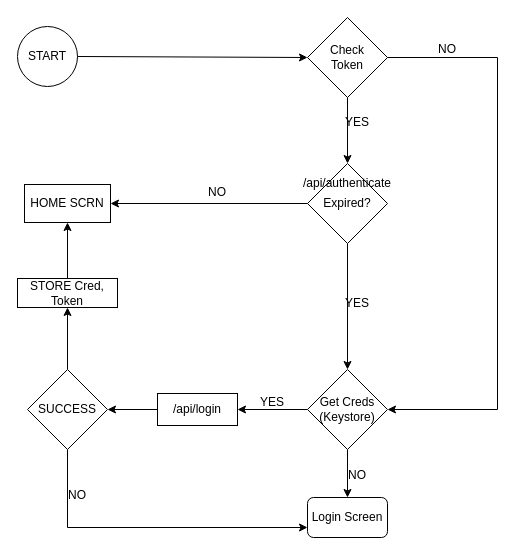
nayan112/Diagrams keeps this draw.io diagram as Untitled Diagram.drawio. Above is the earlier version. Source tidied: cells renumbered, new cells numbered last; positions are measured from the earlier drawing's top-left corner, leaving out a move shared by most shapes. Both pictures are drawn from the tidied source at 100%, with x=0, y=0 at pixel (17, 17).
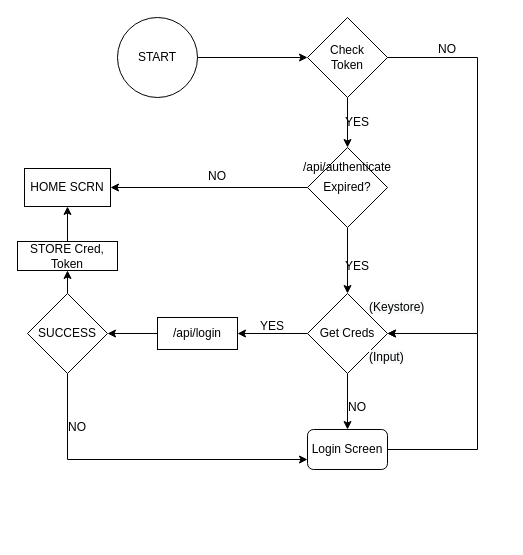
The same diagram, later.

The change refers to these unchanged cells:
```xml
<mxCell id="5" value="Check &lt;br&gt;Token" style="rhombus;whiteSpace=wrap;html=1;" parent="1" vertex="1">
  <mxGeometry x="290" width="80" height="80" as="geometry" />
</mxCell>
```

What changed in the source:
```diff
@@
     <mxCell id="2" value="START" style="ellipse;whiteSpace=wrap;html=1;" parent="1" vertex="1">
-      <mxGeometry y="9" width="60" height="60" as="geometry" />
+      <mxGeometry x="100" width="80" height="80" as="geometry" />
     </mxCell>
@@
     <mxCell id="4" style="edgeStyle=orthogonalEdgeStyle;rounded=0;jettySize=auto;html=1;entryX=1;entryY=0.5;entryDx=0;entryDy=0;" parent="1" edge="1" source="5" target="14">
       <mxGeometry relative="1" as="geometry">
         <Array as="points">
-          <mxPoint x="480" y="40" />
-          <mxPoint x="480" y="392" />
+          <mxPoint x="460" y="40" />
+          <mxPoint x="460" y="316" />
         </Array>
       </mxGeometry>
     </mxCell>
@@
     <mxCell id="8" value="Expired?" style="rhombus;whiteSpace=wrap;html=1;" parent="1" vertex="1">
-      <mxGeometry x="290" y="146" width="80" height="80" as="geometry" />
+      <mxGeometry x="290" y="130" width="80" height="80" as="geometry" />
     </mxCell>
+    <mxCell id="30" style="edgeStyle=orthogonalEdgeStyle;rounded=0;jettySize=auto;html=1;entryX=1;entryY=0.5;entryDx=0;entryDy=0;" parent="1" edge="1" source="9" target="14">
+      <mxGeometry relative="1" as="geometry">
+        <Array as="points">
+          <mxPoint x="460" y="432" />
+          <mxPoint x="460" y="316" />
+        </Array>
+      </mxGeometry>
+    </mxCell>
     <mxCell id="9" value="Login Screen" style="rounded=1;whiteSpace=wrap;html=1;" parent="1" vertex="1">
-      <mxGeometry x="290" y="480" width="80" height="40" as="geometry" />
+      <mxGeometry x="290" y="412" width="80" height="40" as="geometry" />
     </mxCell>
@@
     <mxCell id="11" value="/api/authenticate" style="text;html=1;strokeColor=none;fillColor=none;align=center;verticalAlign=middle;whiteSpace=wrap;rounded=0;" parent="1" vertex="1">
-      <mxGeometry x="310" y="156" width="40" height="20" as="geometry" />
+      <mxGeometry x="310" y="140" width="40" height="20" as="geometry" />
     </mxCell>
@@
-    <mxCell id="14" value="Get Creds&lt;br&gt;(Keystore)" style="rhombus;whiteSpace=wrap;html=1;" parent="1" vertex="1">
-      <mxGeometry x="290" y="352" width="80" height="80" as="geometry" />
+    <mxCell id="14" value="Get Creds" style="rhombus;whiteSpace=wrap;html=1;" parent="1" vertex="1">
+      <mxGeometry x="290" y="276" width="80" height="80" as="geometry" />
     </mxCell>
@@
     <mxCell id="17" value="NO" style="text;html=1;strokeColor=none;fillColor=none;align=center;verticalAlign=middle;whiteSpace=wrap;rounded=0;" parent="1" vertex="1">
-      <mxGeometry x="320" y="448" width="40" height="20" as="geometry" />
+      <mxGeometry x="320" y="380" width="40" height="20" as="geometry" />
     </mxCell>
@@
     <mxCell id="19" value="/api/login" style="rounded=0;whiteSpace=wrap;html=1;" parent="1" vertex="1">
-      <mxGeometry x="140" y="376" width="80" height="32" as="geometry" />
+      <mxGeometry x="140" y="300" width="80" height="32" as="geometry" />
     </mxCell>
     <mxCell id="20" value="YES" style="text;html=1;strokeColor=none;fillColor=none;align=center;verticalAlign=middle;whiteSpace=wrap;rounded=0;" parent="1" vertex="1">
-      <mxGeometry x="235" y="375" width="40" height="20" as="geometry" />
+      <mxGeometry x="235" y="299" width="40" height="20" as="geometry" />
     </mxCell>
     <mxCell id="21" style="edgeStyle=orthogonalEdgeStyle;rounded=0;jettySize=auto;html=1;entryX=0;entryY=0.75;entryDx=0;entryDy=0;" parent="1" edge="1" source="23" target="9">
       <mxGeometry relative="1" as="geometry">
         <Array as="points">
-          <mxPoint x="50" y="510" />
+          <mxPoint x="50" y="442" />
         </Array>
       </mxGeometry>
     </mxCell>
@@
     <mxCell id="23" value="SUCCESS" style="rhombus;whiteSpace=wrap;html=1;" parent="1" vertex="1">
-      <mxGeometry x="10" y="352" width="80" height="80" as="geometry" />
+      <mxGeometry x="10" y="276" width="80" height="80" as="geometry" />
     </mxCell>
     <mxCell id="24" value="NO" style="text;html=1;strokeColor=none;fillColor=none;align=center;verticalAlign=middle;whiteSpace=wrap;rounded=0;" parent="1" vertex="1">
-      <mxGeometry x="40" y="468" width="40" height="20" as="geometry" />
+      <mxGeometry x="40" y="400" width="40" height="20" as="geometry" />
     </mxCell>
     <mxCell id="25" value="HOME SCRN" style="rounded=0;whiteSpace=wrap;html=1;" parent="1" vertex="1">
-      <mxGeometry x="7" y="167" width="86" height="38" as="geometry" />
+      <mxGeometry x="7" y="151" width="86" height="38" as="geometry" />
     </mxCell>
     <mxCell id="26" value="NO" style="text;html=1;strokeColor=none;fillColor=none;align=center;verticalAlign=middle;whiteSpace=wrap;rounded=0;" parent="1" vertex="1">
-      <mxGeometry x="180" y="165" width="40" height="20" as="geometry" />
+      <mxGeometry x="180" y="149" width="40" height="20" as="geometry" />
     </mxCell>
     <mxCell id="27" value="YES" style="text;html=1;strokeColor=none;fillColor=none;align=center;verticalAlign=middle;whiteSpace=wrap;rounded=0;" parent="1" vertex="1">
-      <mxGeometry x="320" y="276" width="40" height="20" as="geometry" />
+      <mxGeometry x="320" y="239" width="40" height="20" as="geometry" />
     </mxCell>
@@
     <mxCell id="29" value="STORE Cred, Token" style="rounded=0;whiteSpace=wrap;html=1;" parent="1" vertex="1">
-      <mxGeometry y="261" width="100" height="29" as="geometry" />
+      <mxGeometry y="224" width="100" height="29" as="geometry" />
     </mxCell>
+    <mxCell id="31" value="&lt;span style=&quot;color: rgb(0, 0, 0); font-family: helvetica; font-size: 12px; font-style: normal; font-weight: 400; letter-spacing: normal; text-align: center; text-indent: 0px; text-transform: none; word-spacing: 0px; background-color: rgb(248, 249, 250); display: inline; float: none;&quot;&gt;(Keystore)&lt;/span&gt;" style="text;whiteSpace=wrap;html=1;" parent="1" vertex="1">
+      <mxGeometry x="350" y="276" width="80" height="30" as="geometry" />
+    </mxCell>
+    <mxCell id="32" value="&lt;span style=&quot;color: rgb(0 , 0 , 0) ; font-family: &amp;#34;helvetica&amp;#34; ; font-size: 12px ; font-style: normal ; font-weight: 400 ; letter-spacing: normal ; text-align: center ; text-indent: 0px ; text-transform: none ; word-spacing: 0px ; background-color: rgb(248 , 249 , 250) ; display: inline ; float: none&quot;&gt;(Input)&lt;/span&gt;" style="text;whiteSpace=wrap;html=1;" parent="1" vertex="1">
+      <mxGeometry x="350" y="326" width="80" height="30" as="geometry" />
+    </mxCell>
```
